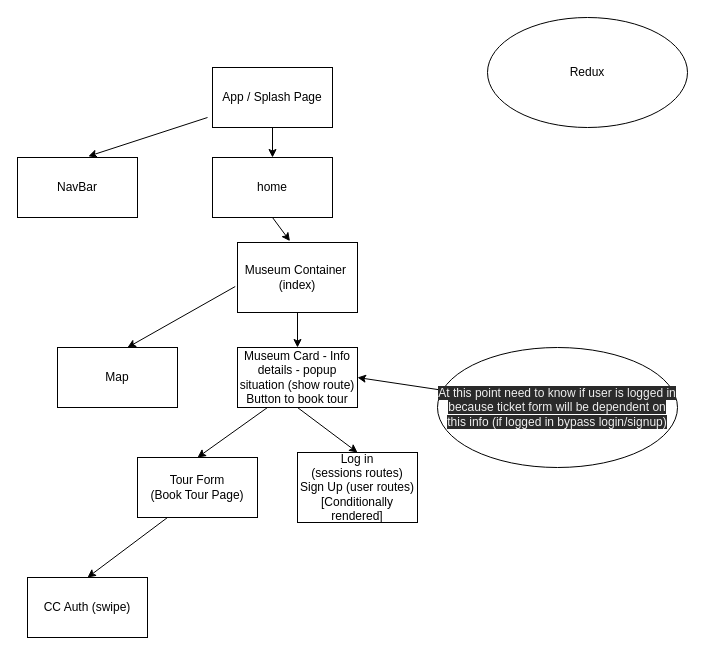
Eccatoe/museum-mapper keeps this draw.io diagram as client/hierarchy.drawio. Above is the earlier version. Source tidied: cells renumbered, new cells numbered last; positions are measured from the earlier drawing's top-left corner, leaving out a move shared by most shapes. Both pictures are drawn from the tidied source at 100%, with x=0, y=0 at pixel (17, 17).
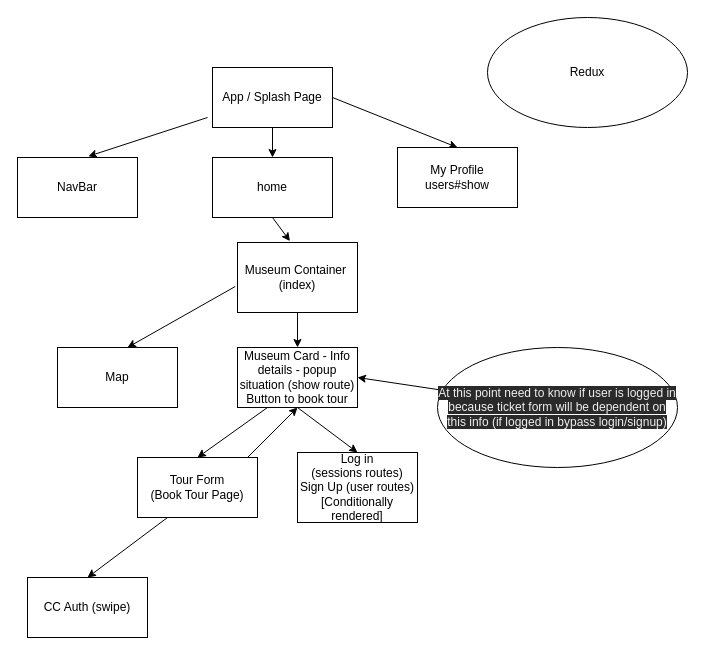
The same page after the edit.

The change refers to these unchanged cells:
```xml
<mxCell id="4" value="App / Splash Page" style="rounded=0;whiteSpace=wrap;html=1;" parent="1" vertex="1">
  <mxGeometry x="195" y="50" width="120" height="60" as="geometry" />
</mxCell>
```

Diff of the diagram source:
```diff
@@
+    <mxCell id="22" style="edgeStyle=none;html=1;exitX=1;exitY=0.5;exitDx=0;exitDy=0;entryX=0.5;entryY=0;entryDx=0;entryDy=0;" parent="1" edge="1" source="4" target="23">
+      <mxGeometry relative="1" as="geometry" />
+    </mxCell>
@@
+    <mxCell id="23" value="My Profile&lt;br&gt;users#show" style="rounded=0;whiteSpace=wrap;html=1;" parent="1" vertex="1">
+      <mxGeometry x="380" y="130" width="120" height="60" as="geometry" />
+    </mxCell>
+    <mxCell id="24" style="endArrow=classic;html=1;" parent="1" edge="1">
+      <mxGeometry relative="1" as="geometry">
+        <mxPoint x="230" y="440" as="sourcePoint" />
+        <mxPoint x="280" y="390" as="targetPoint" />
+      </mxGeometry>
+    </mxCell>
```
